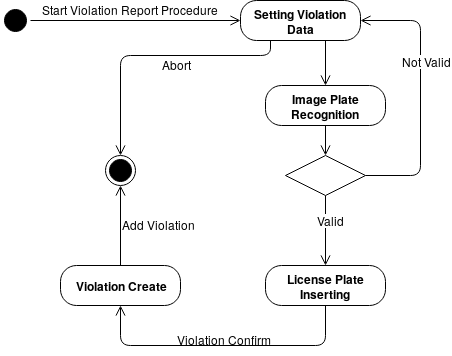
adrianomundo/FaddaMundoRota keeps this draw.io diagram as RASD2/Images/Diagrams/ViolationStateChart.png. Above is the earlier version. Source tidied: cells renumbered, new cells last; positions are measured from the earlier drawing's top-left corner, leaving out a move shared by most shapes.
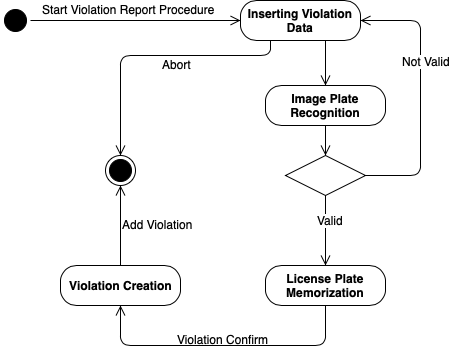
The same file after the commit.

Change to the diagram source:
```diff
@@ -13,7 +13,7 @@
     <mxCell id="4" value="&lt;div&gt;Start Violation Report Procedure&lt;/div&gt;" style="text;html=1;align=left;verticalAlign=top;spacingTop=-4;" parent="1" vertex="1">
       <mxGeometry x="40" width="190" height="20" as="geometry" />
     </mxCell>
-    <mxCell id="5" value="&lt;b&gt;Setting Violation Data&lt;/b&gt;" style="rounded=1;whiteSpace=wrap;html=1;arcSize=40;fontColor=#000000;fillColor=#FFFFFF;strokeColor=#000000;" parent="1" vertex="1">
+    <mxCell id="5" value="&lt;b&gt;Inserting Violation Data&lt;/b&gt;" style="rounded=1;whiteSpace=wrap;html=1;arcSize=40;fontColor=#000000;fillColor=#FFFFFF;strokeColor=#000000;" parent="1" vertex="1">
       <mxGeometry x="240" width="120" height="40" as="geometry" />
     </mxCell>
     <mxCell id="6" value="&lt;font style=&quot;font-size: 12px&quot;&gt;Not Valid&lt;/font&gt;" style="edgeStyle=orthogonalEdgeStyle;html=1;align=left;verticalAlign=bottom;endArrow=open;endSize=8;strokeColor=#000000;entryX=1;entryY=0.5;entryDx=0;entryDy=0;exitX=1;exitY=0.5;exitDx=0;exitDy=0;" parent="1" edge="1" source="19" target="5">
@@ -41,7 +41,7 @@
     <mxCell id="10" value="Abort" style="text;html=1;align=left;verticalAlign=top;spacingTop=-4;" parent="1" vertex="1">
       <mxGeometry x="160" y="55" width="40" height="20" as="geometry" />
     </mxCell>
-    <mxCell id="11" value="&lt;b&gt;Violation Create&lt;/b&gt;" style="rounded=1;whiteSpace=wrap;html=1;arcSize=40;fontColor=#000000;fillColor=#FFFFFF;strokeColor=#000000;" parent="1" vertex="1">
+    <mxCell id="11" value="&lt;b&gt;Violation Creation&lt;/b&gt;" style="rounded=1;whiteSpace=wrap;html=1;arcSize=40;fontColor=#000000;fillColor=#FFFFFF;strokeColor=#000000;" parent="1" vertex="1">
       <mxGeometry x="60" y="265" width="120" height="40" as="geometry" />
     </mxCell>
     <mxCell id="12" style="edgeStyle=orthogonalEdgeStyle;html=1;verticalAlign=bottom;endArrow=open;endSize=8;strokeColor=#000000;entryX=0.5;entryY=1;entryDx=0;entryDy=0;" parent="1" edge="1" source="11" target="8">
@@ -50,7 +50,7 @@
     <mxCell id="13" value="Add Violation" style="text;html=1;align=left;verticalAlign=top;spacingTop=-4;" parent="1" vertex="1">
       <mxGeometry x="120" y="215" width="90" height="20" as="geometry" />
     </mxCell>
-    <mxCell id="14" value="&lt;b&gt;License Plate Inserting&lt;br&gt;&lt;/b&gt;" style="rounded=1;whiteSpace=wrap;html=1;arcSize=40;fontColor=#000000;fillColor=#FFFFFF;strokeColor=#000000;" parent="1" vertex="1">
+    <mxCell id="14" value="&lt;b&gt;License Plate Memorization&lt;br&gt;&lt;/b&gt;" style="rounded=1;whiteSpace=wrap;html=1;arcSize=40;fontColor=#000000;fillColor=#FFFFFF;strokeColor=#000000;" parent="1" vertex="1">
       <mxGeometry x="265" y="265" width="120" height="40" as="geometry" />
     </mxCell>
     <mxCell id="15" style="edgeStyle=orthogonalEdgeStyle;html=1;verticalAlign=bottom;endArrow=open;endSize=8;strokeColor=#000000;entryX=0.5;entryY=1;entryDx=0;entryDy=0;" parent="1" edge="1" source="14" target="11">
```
